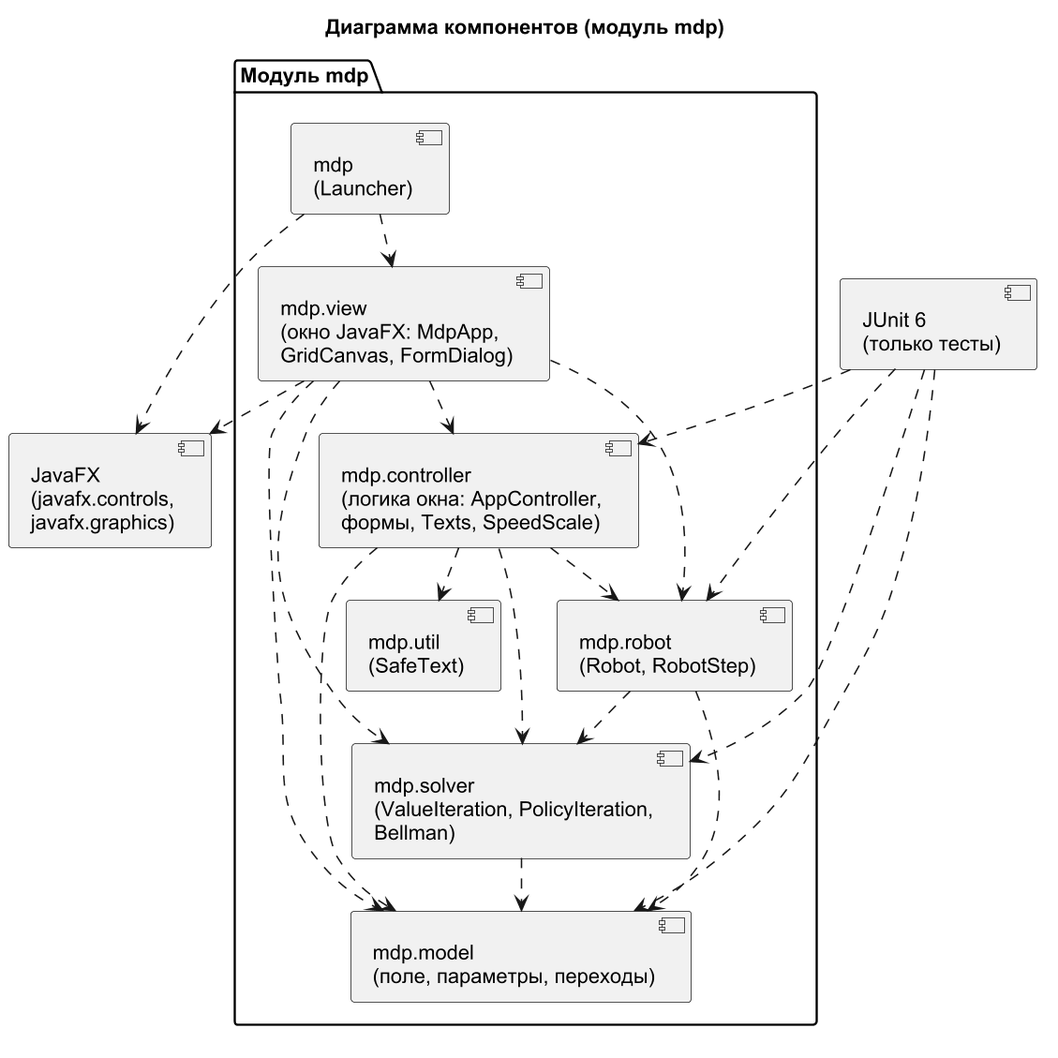
This is docs/uml/component.png from azamnz/stochastic-grid, a PlantUML export, as it was before one commit.
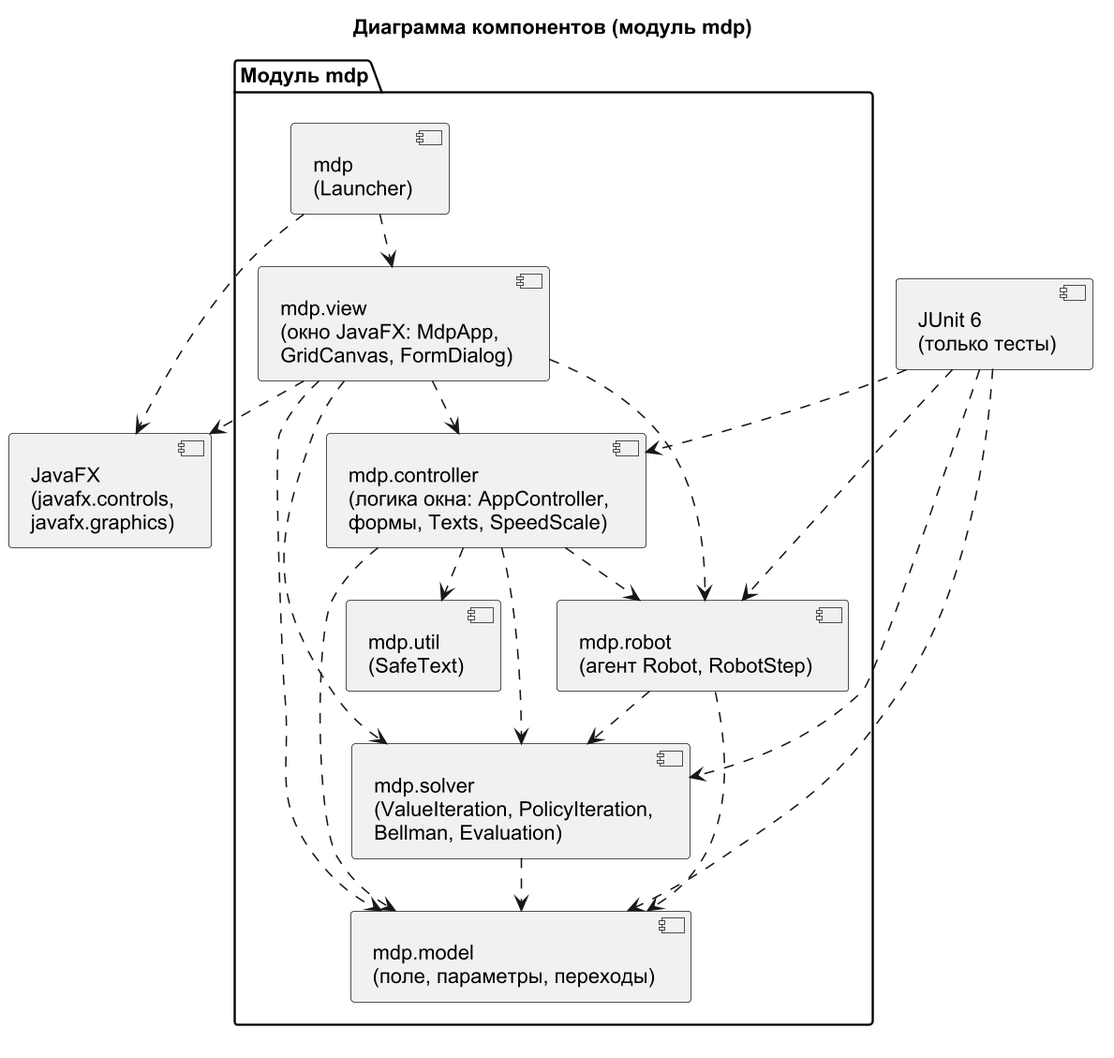
After the change.

The edit, as a diff of the source:
```diff
@@ -9,8 +9,8 @@
   component "mdp\n(Launcher)" as launcher
   component "mdp.view\n(окно JavaFX: MdpApp,\nGridCanvas, FormDialog)" as view
   component "mdp.controller\n(логика окна: AppController,\nформы, Texts, SpeedScale)" as controller
-  component "mdp.robot\n(Robot, RobotStep)" as robot
-  component "mdp.solver\n(ValueIteration, PolicyIteration,\nBellman)" as solver
+  component "mdp.robot\n(агент Robot, RobotStep)" as robot
+  component "mdp.solver\n(ValueIteration, PolicyIteration,\nBellman, Evaluation)" as solver
   component "mdp.model\n(поле, параметры, переходы)" as model
   component "mdp.util\n(SafeText)" as util
 }
```
